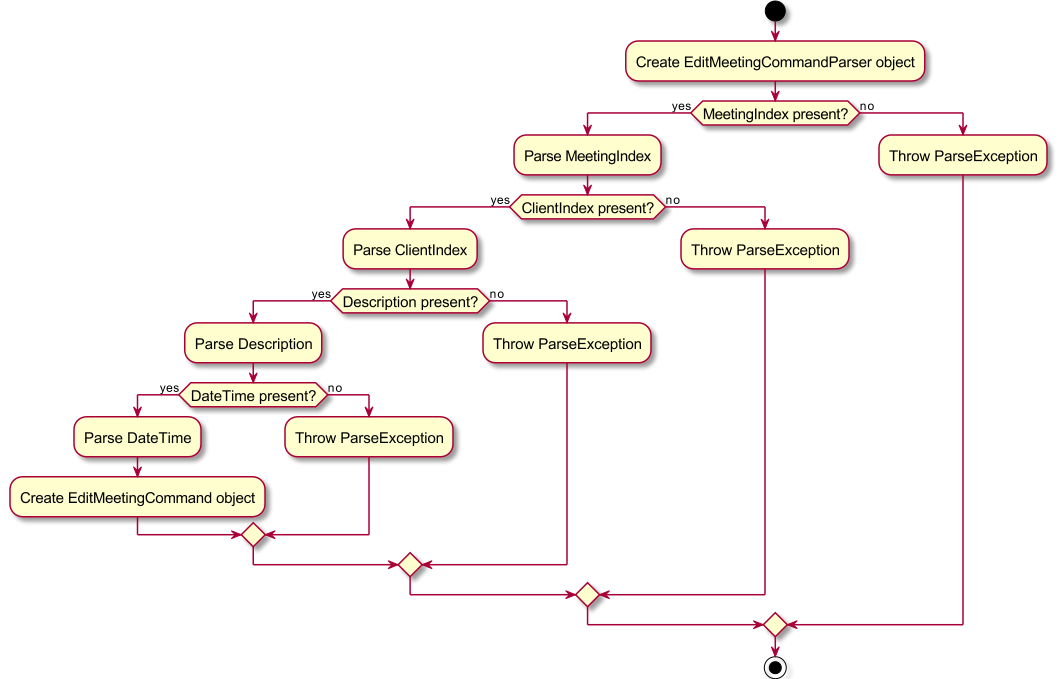
Earlier version of the PlantUML export docs/images/EditMeetingCommandParserActivityDiagram.png (sethteo/tp). Its source is kept beside it as docs/diagrams/EditMeetingCommandParserActivityDiagram.puml.
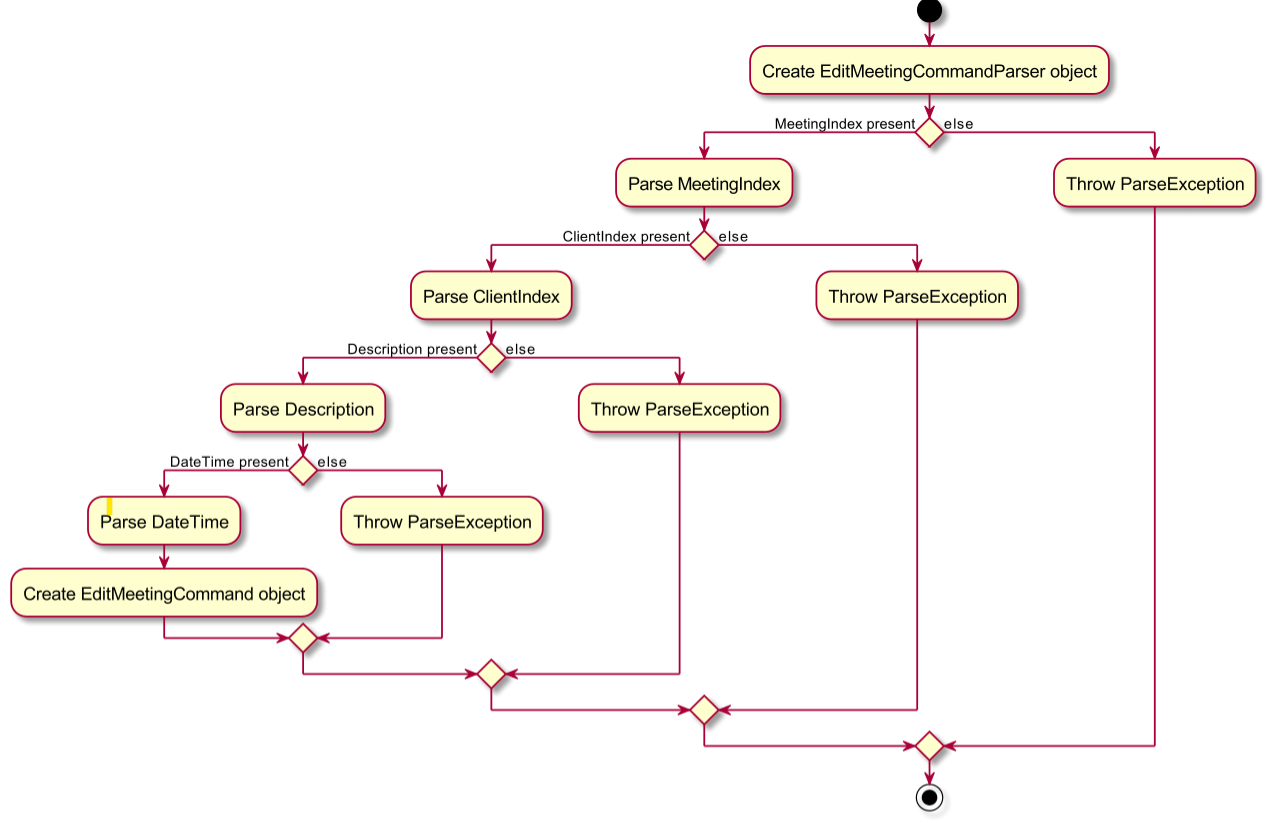
The same file after the commit.

Commit message:
Add UML diagrams

The edit, as a diff of the source:
```diff
@@ -5,25 +5,25 @@
 start
 :Create EditMeetingCommandParser object;
 
-if (MeetingIndex present?) then (yes)
+if () then (MeetingIndex present)
     :Parse MeetingIndex;
-    if (ClientIndex present?) then (yes)
+    if () then (ClientIndex present)
         :Parse ClientIndex;
-        if (Description present?) then (yes)
+        if () then (Description present)
             :Parse Description;
-            if (DateTime present?) then (yes)
+            if () then (DateTime present)
                 :Parse DateTime;
                 :Create EditMeetingCommand object;
-            else (no)
+            else (else)
                 :Throw ParseException;
             endif
-        else (no)
+        else (else)
             :Throw ParseException;
         endif
-    else (no)
+    else (else)
         :Throw ParseException;
     endif
-else (no)
+else (else)
     :Throw ParseException;
 endif
 stop
```
